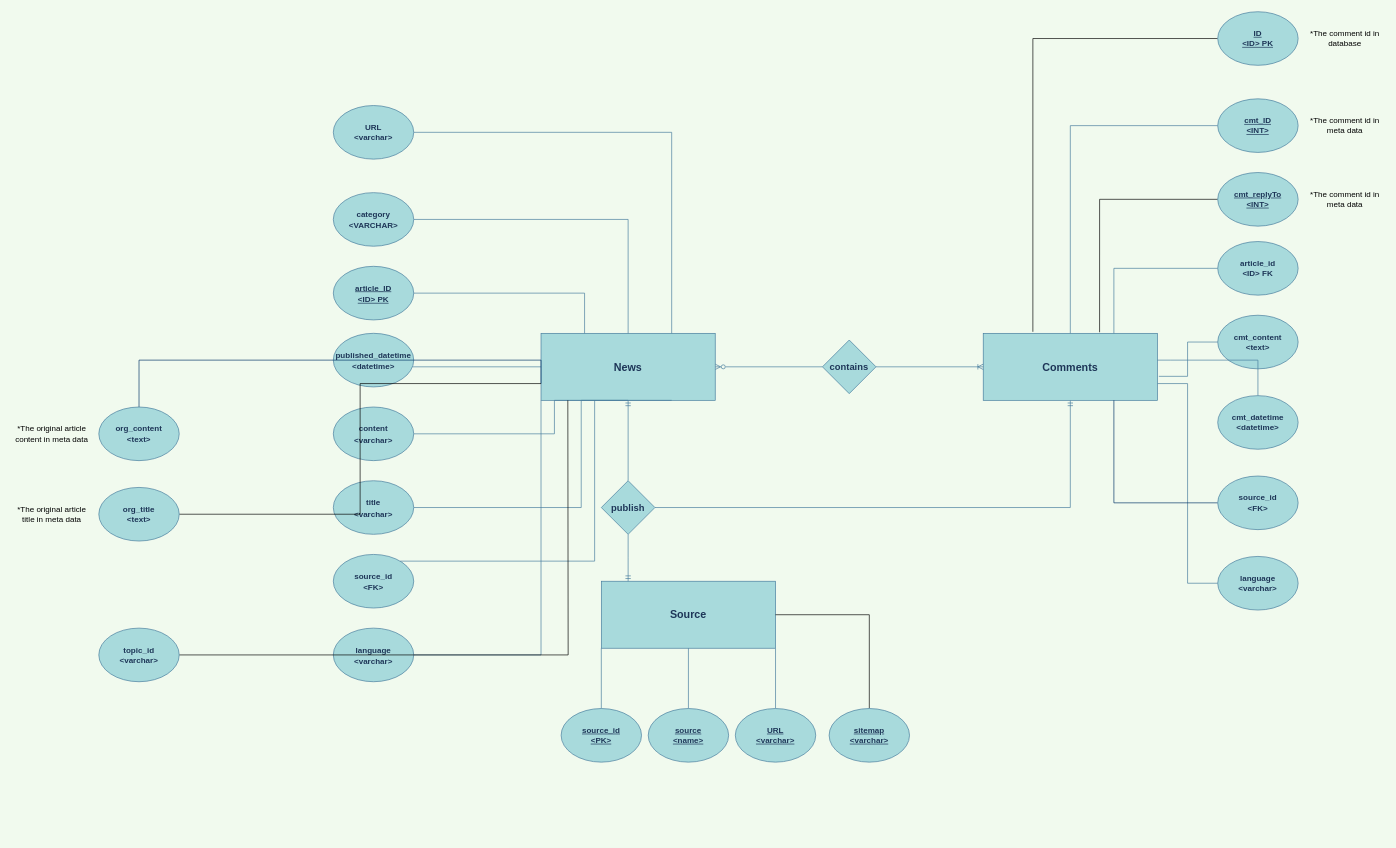
xiaochen93/xiaochen93 keeps this draw.io diagram as news_dataset.drawio. Above is the earlier version. Source tidied: cells renumbered, new cells numbered last; positions are measured from the earlier drawing's top-left corner, leaving out a move shared by most shapes. Both pictures are drawn from the tidied source at 67%, with x=0, y=0 at pixel (11, 11).
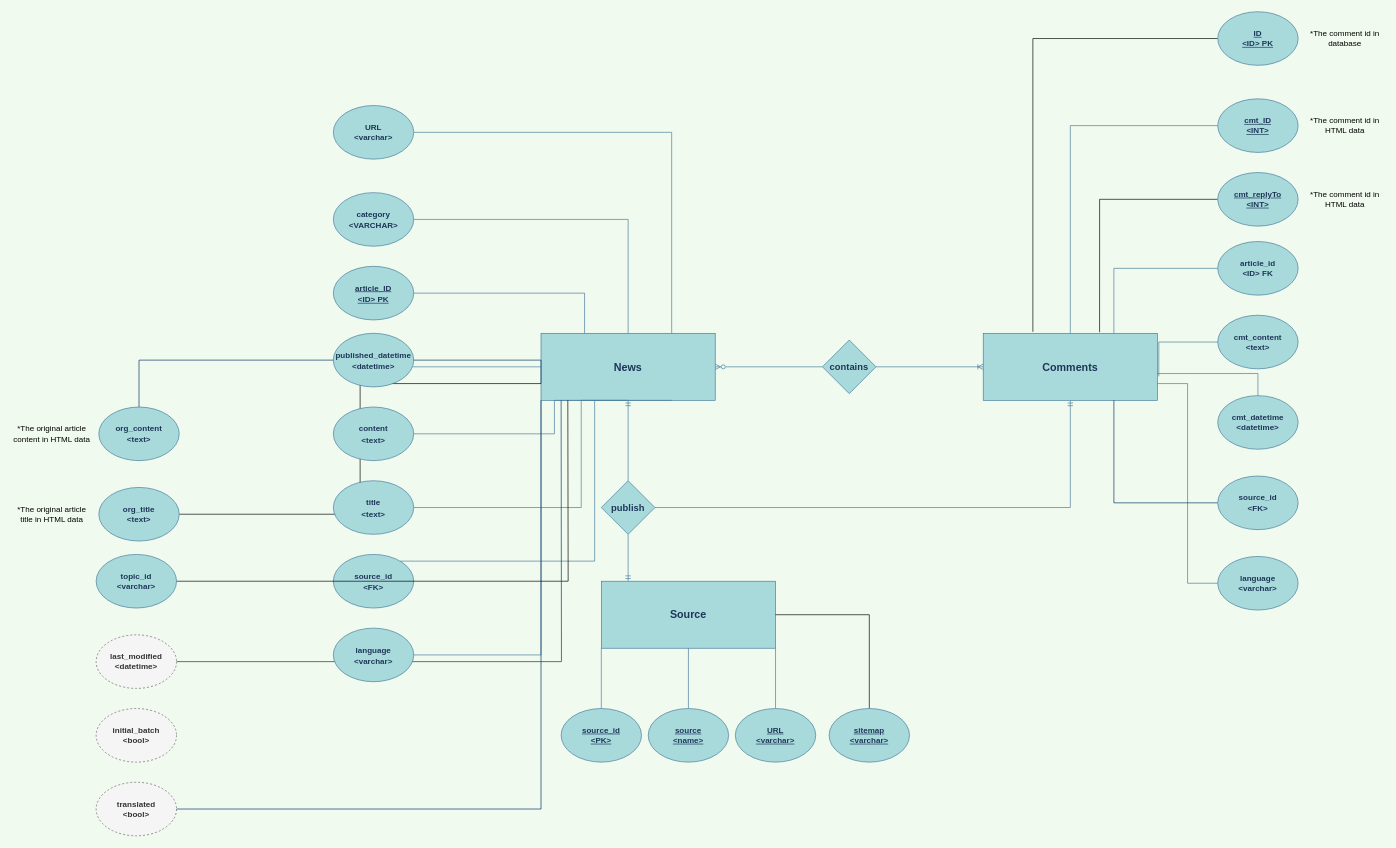
Above is the later version.

Unchanged cells that the change refers to:
```xml
<mxCell id="5" value="News" style="rounded=0;whiteSpace=wrap;html=1;fontSize=16;fontStyle=1;fillColor=#A8DADC;strokeColor=#457B9D;fontColor=#1D3557;" parent="1" vertex="1">
  <mxGeometry x="790" y="480" width="260" height="100" as="geometry" />
</mxCell>
<mxCell id="20" value="Comments" style="rounded=0;whiteSpace=wrap;html=1;fontSize=16;fontStyle=1;fillColor=#A8DADC;strokeColor=#457B9D;fontColor=#1D3557;" parent="1" vertex="1">
  <mxGeometry x="1450" y="480" width="260" height="100" as="geometry" />
</mxCell>
<mxCell id="28" value="cmt_content&lt;br&gt;&amp;lt;text&amp;gt;" style="ellipse;whiteSpace=wrap;html=1;fontStyle=1;fillColor=#A8DADC;strokeColor=#457B9D;fontColor=#1D3557;" parent="1" vertex="1">
  <mxGeometry x="1800" y="453" width="120" height="80" as="geometry" />
</mxCell>
<mxCell id="31" value="cmt_datetime&lt;br&gt;&amp;lt;datetime&amp;gt;" style="ellipse;whiteSpace=wrap;html=1;fontStyle=1;fillColor=#A8DADC;strokeColor=#457B9D;fontColor=#1D3557;" parent="1" vertex="1">
  <mxGeometry x="1800" y="573" width="120" height="80" as="geometry" />
</mxCell>
```

What changed in the source:
```diff
@@
-    <mxCell id="9" value="&lt;font style=&quot;font-size: 12px;&quot;&gt;published_datetime&lt;br style=&quot;&quot;&gt;&amp;lt;datetime&amp;gt;&lt;/font&gt;" style="ellipse;whiteSpace=wrap;html=1;fontStyle=1;fontSize=14;fillColor=#A8DADC;strokeColor=#457B9D;fontColor=#1D3557;" parent="1" vertex="1">
-      <mxGeometry x="480" y="480" width="120" height="80" as="geometry" />
-    </mxCell>
@@
-    <mxCell id="13" value="&lt;font style=&quot;font-size: 12px;&quot;&gt;content&lt;br style=&quot;&quot;&gt;&amp;lt;varchar&amp;gt;&lt;/font&gt;" style="ellipse;whiteSpace=wrap;html=1;fontStyle=1;fontSize=14;fillColor=#A8DADC;strokeColor=#457B9D;fontColor=#1D3557;" parent="1" vertex="1">
-      <mxGeometry x="480" y="590" width="120" height="80" as="geometry" />
-    </mxCell>
@@
-    <mxCell id="15" value="&lt;font style=&quot;font-size: 12px;&quot;&gt;title&lt;br style=&quot;&quot;&gt;&amp;lt;varchar&amp;gt;&lt;/font&gt;" style="ellipse;whiteSpace=wrap;html=1;fontStyle=1;fillColor=#A8DADC;strokeColor=#457B9D;fontColor=#1D3557;fontSize=14;" parent="1" vertex="1">
-      <mxGeometry x="480" y="700" width="120" height="80" as="geometry" />
-    </mxCell>
@@
     <mxCell id="27" style="edgeStyle=orthogonalEdgeStyle;rounded=0;jettySize=auto;html=1;entryX=1.008;entryY=0.642;entryDx=0;entryDy=0;fontSize=14;startArrow=none;startFill=0;endArrow=none;endFill=0;labelBackgroundColor=#F1FAEE;strokeColor=#457B9D;fontColor=#1D3557;entryPerimeter=0;" parent="1" edge="1" source="28" target="20">
-      <mxGeometry relative="1" as="geometry" />
+      <mxGeometry relative="1" as="geometry">
+        <Array as="points">
+          <mxPoint x="1712" y="493" />
+        </Array>
+      </mxGeometry>
     </mxCell>
@@
     <mxCell id="30" style="edgeStyle=orthogonalEdgeStyle;rounded=0;jettySize=auto;html=1;fontSize=14;startArrow=none;startFill=0;endArrow=none;endFill=0;labelBackgroundColor=#F1FAEE;strokeColor=#457B9D;fontColor=#1D3557;" parent="1" edge="1" source="31" target="20">
       <mxGeometry relative="1" as="geometry">
         <Array as="points">
-          <mxPoint x="1730" y="520" />
-          <mxPoint x="1730" y="520" />
+          <mxPoint x="1860" y="540" />
         </Array>
       </mxGeometry>
     </mxCell>
@@
-    <mxCell id="42" value="&lt;font style=&quot;font-size: 12px;&quot;&gt;language&lt;br style=&quot;&quot;&gt;&amp;lt;varchar&amp;gt;&lt;/font&gt;" style="ellipse;whiteSpace=wrap;html=1;fillColor=#A8DADC;strokeColor=#457B9D;fontColor=#1D3557;fontStyle=1;fontSize=14;" parent="1" vertex="1">
-      <mxGeometry x="480" y="920" width="120" height="80" as="geometry" />
-    </mxCell>
@@
     <mxCell id="47" value="topic_id&lt;br style=&quot;font-size: 12px;&quot;&gt;&amp;lt;varchar&amp;gt;" style="ellipse;whiteSpace=wrap;html=1;fontStyle=1;fontSize=12;fillColor=#A8DADC;strokeColor=#457B9D;fontColor=#1D3557;" parent="1" vertex="1">
-      <mxGeometry x="130" y="920" width="120" height="80" as="geometry" />
+      <mxGeometry x="126" y="810" width="120" height="80" as="geometry" />
     </mxCell>
@@
-    <mxCell id="54" value="*The comment id in meta data" style="rounded=0;whiteSpace=wrap;html=1;fontSize=12;fillColor=none;strokeColor=none;" parent="1" vertex="1">
+    <mxCell id="54" value="*The comment id in HTML data" style="rounded=0;whiteSpace=wrap;html=1;fontSize=12;fillColor=none;strokeColor=none;" parent="1" vertex="1">
       <mxGeometry x="1930" y="140" width="120" height="60" as="geometry" />
     </mxCell>
@@
-    <mxCell id="56" value="*The original article content in meta data" style="rounded=0;whiteSpace=wrap;html=1;fontSize=12;fillColor=none;strokeColor=none;" parent="1" vertex="1">
+    <mxCell id="56" value="*The original article content in HTML data" style="rounded=0;whiteSpace=wrap;html=1;fontSize=12;fillColor=none;strokeColor=none;" parent="1" vertex="1">
       <mxGeometry y="600" width="120" height="60" as="geometry" />
     </mxCell>
-    <mxCell id="57" value="*The original article title in meta data" style="rounded=0;whiteSpace=wrap;html=1;fontSize=12;fillColor=none;strokeColor=none;" parent="1" vertex="1">
+    <mxCell id="57" value="*The original article title in HTML data" style="rounded=0;whiteSpace=wrap;html=1;fontSize=12;fillColor=none;strokeColor=none;" parent="1" vertex="1">
       <mxGeometry y="720" width="120" height="60" as="geometry" />
     </mxCell>
@@
-    <mxCell id="62" value="*The comment id in meta data" style="rounded=0;whiteSpace=wrap;html=1;fontSize=12;fillColor=none;strokeColor=none;" parent="1" vertex="1">
+    <mxCell id="62" value="*The comment id in HTML data" style="rounded=0;whiteSpace=wrap;html=1;fontSize=12;fillColor=none;strokeColor=none;" parent="1" vertex="1">
       <mxGeometry x="1930" y="250" width="120" height="60" as="geometry" />
     </mxCell>
+    <mxCell id="63" style="edgeStyle=orthogonalEdgeStyle;rounded=0;jettySize=auto;html=1;strokeColor=#003366;fontSize=12;endArrow=none;endFill=0;" parent="1" edge="1" source="64">
+      <mxGeometry relative="1" as="geometry">
+        <mxPoint x="820" y="580" as="targetPoint" />
+      </mxGeometry>
+    </mxCell>
+    <mxCell id="64" value="last_modified&lt;br style=&quot;font-size: 12px;&quot;&gt;&amp;lt;datetime&amp;gt;" style="ellipse;whiteSpace=wrap;html=1;fontStyle=1;fontSize=12;fillColor=#f5f5f5;strokeColor=#666666;fontColor=#333333;dashed=1;" parent="1" vertex="1">
+      <mxGeometry x="126" y="930" width="120" height="80" as="geometry" />
+    </mxCell>
+    <mxCell id="65" style="edgeStyle=orthogonalEdgeStyle;rounded=0;jettySize=auto;html=1;strokeColor=#003366;fontSize=12;endArrow=none;endFill=0;entryX=0;entryY=1;entryDx=0;entryDy=0;" parent="1" edge="1" source="66" target="5">
+      <mxGeometry relative="1" as="geometry" />
+    </mxCell>
+    <mxCell id="66" value="translated&lt;br style=&quot;font-size: 12px;&quot;&gt;&amp;lt;bool&amp;gt;" style="ellipse;whiteSpace=wrap;html=1;fontStyle=1;fontSize=12;fillColor=#f5f5f5;strokeColor=#666666;fontColor=#333333;dashed=1;" parent="1" vertex="1">
+      <mxGeometry x="126" y="1150" width="120" height="80" as="geometry" />
+    </mxCell>
+    <mxCell id="9" value="&lt;font style=&quot;font-size: 12px;&quot;&gt;published_datetime&lt;br style=&quot;&quot;&gt;&amp;lt;datetime&amp;gt;&lt;/font&gt;" style="ellipse;whiteSpace=wrap;html=1;fontStyle=1;fontSize=14;fillColor=#A8DADC;strokeColor=#457B9D;fontColor=#1D3557;" parent="1" vertex="1">
+      <mxGeometry x="480" y="480" width="120" height="80" as="geometry" />
+    </mxCell>
+    <mxCell id="13" value="&lt;font style=&quot;font-size: 12px;&quot;&gt;content&lt;br style=&quot;&quot;&gt;&amp;lt;text&amp;gt;&lt;/font&gt;" style="ellipse;whiteSpace=wrap;html=1;fontStyle=1;fontSize=14;fillColor=#A8DADC;strokeColor=#457B9D;fontColor=#1D3557;" parent="1" vertex="1">
+      <mxGeometry x="480" y="590" width="120" height="80" as="geometry" />
+    </mxCell>
+    <mxCell id="15" value="&lt;font style=&quot;font-size: 12px;&quot;&gt;title&lt;br style=&quot;&quot;&gt;&amp;lt;text&amp;gt;&lt;/font&gt;" style="ellipse;whiteSpace=wrap;html=1;fontStyle=1;fillColor=#A8DADC;strokeColor=#457B9D;fontColor=#1D3557;fontSize=14;" parent="1" vertex="1">
+      <mxGeometry x="480" y="700" width="120" height="80" as="geometry" />
+    </mxCell>
+    <mxCell id="42" value="&lt;font style=&quot;font-size: 12px;&quot;&gt;language&lt;br style=&quot;&quot;&gt;&amp;lt;varchar&amp;gt;&lt;/font&gt;" style="ellipse;whiteSpace=wrap;html=1;fillColor=#A8DADC;strokeColor=#457B9D;fontColor=#1D3557;fontStyle=1;fontSize=14;" parent="1" vertex="1">
+      <mxGeometry x="480" y="920" width="120" height="80" as="geometry" />
+    </mxCell>
+    <mxCell id="67" value="initial_batch&lt;br style=&quot;font-size: 12px;&quot;&gt;&amp;lt;bool&amp;gt;" style="ellipse;whiteSpace=wrap;html=1;fontStyle=1;fontSize=12;fillColor=#f5f5f5;strokeColor=#666666;fontColor=#333333;dashed=1;" parent="1" vertex="1">
+      <mxGeometry x="126" y="1040" width="120" height="80" as="geometry" />
+    </mxCell>
```
